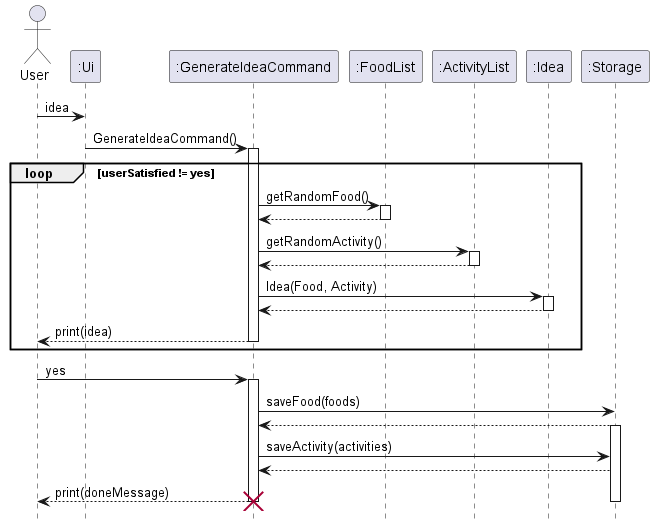
This is docs/images/GenerateIdeaCommandSequenceDiagram.png from RyanTDL/tp, a PlantUML export, as it was before one commit.
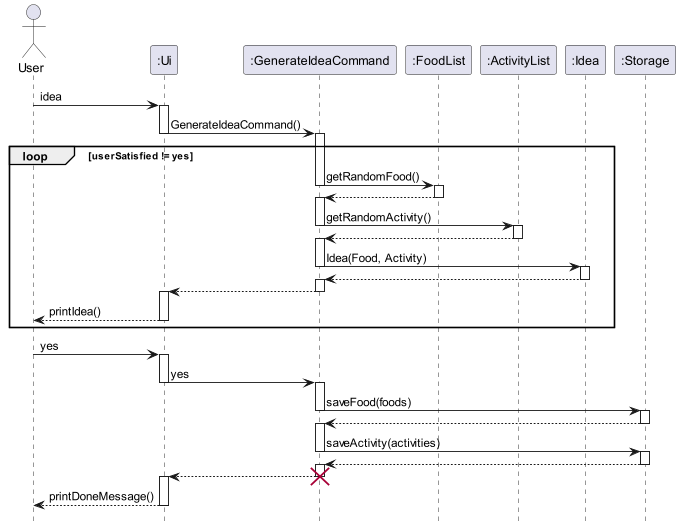
After the change.

Commit message:
Update GenerateIdeaCommand sequence diagram based on peer feedback

Diff of the diagram source:
```diff
@@ -10,38 +10,62 @@
 participant ":Storage" as Storage
 
 User -> Ui: idea
+activate Ui
 Ui -> GenerateIdeaCommand: GenerateIdeaCommand()
+deactivate Ui
 activate GenerateIdeaCommand
 
 loop userSatisfied != yes
     GenerateIdeaCommand -> FoodList: getRandomFood()
+    deactivate GenerateIdeaCommand
     activate FoodList
     FoodList --> GenerateIdeaCommand
     deactivate FoodList
+    activate GenerateIdeaCommand
+
 
     GenerateIdeaCommand -> ActivityList: getRandomActivity()
+    deactivate GenerateIdeaCommand
     activate ActivityList
     ActivityList --> GenerateIdeaCommand
     deactivate ActivityList
+    activate GenerateIdeaCommand
 
     GenerateIdeaCommand -> Idea: Idea(Food, Activity)
+    deactivate GenerateIdeaCommand
     activate Idea
     Idea --> GenerateIdeaCommand:
     deactivate Idea
-    GenerateIdeaCommand --> User: print(idea)
+    activate GenerateIdeaCommand
+    GenerateIdeaCommand --> Ui:
     deactivate GenerateIdeaCommand
+    activate Ui
+    Ui --> User: printIdea()
+    deactivate Ui
 end
 
-User -> GenerateIdeaCommand: yes
+User -> Ui: yes
+activate Ui
+Ui -> GenerateIdeaCommand: yes
+deactivate Ui
 activate GenerateIdeaCommand
 GenerateIdeaCommand -> Storage: saveFood(foods)
+deactivate GenerateIdeaCommand
+activate Storage
 Storage --> GenerateIdeaCommand
+deactivate Storage
+activate GenerateIdeaCommand
+GenerateIdeaCommand -> Storage: saveActivity(activities)
+deactivate GenerateIdeaCommand
 activate Storage
-GenerateIdeaCommand -> Storage: saveActivity(activities)
 Storage --> GenerateIdeaCommand
-GenerateIdeaCommand --> User: print(doneMessage)
 deactivate Storage
+activate GenerateIdeaCommand
+GenerateIdeaCommand --> Ui:
 deactivate GenerateIdeaCommand
 destroy GenerateIdeaCommand
+activate Ui
+Ui --> User: printDoneMessage()
+deactivate Ui
 
 @enduml
```
